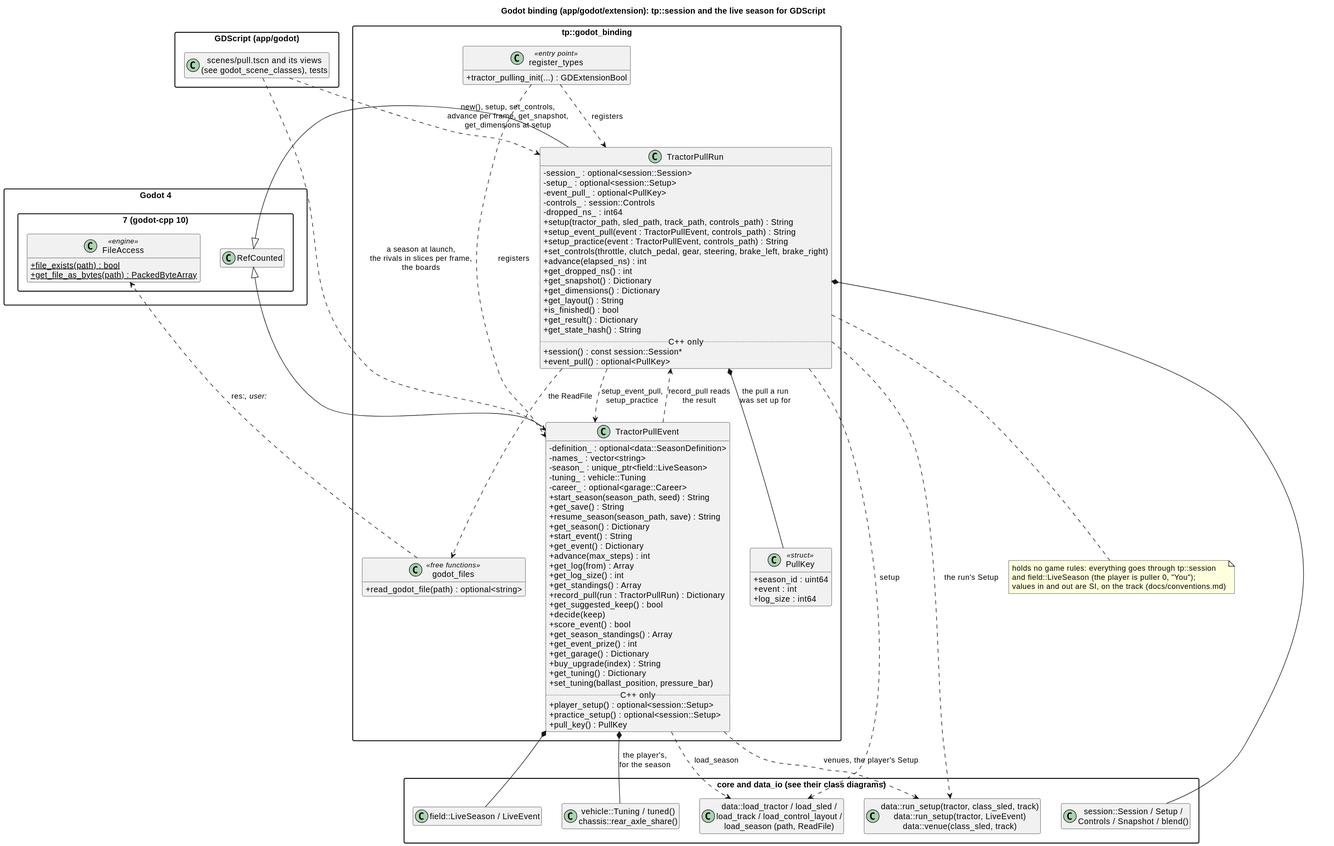
Above: docs/diagrams/svg/godot_classes.svg in wversteeg/TractorPulling (PlantUML), before the change.
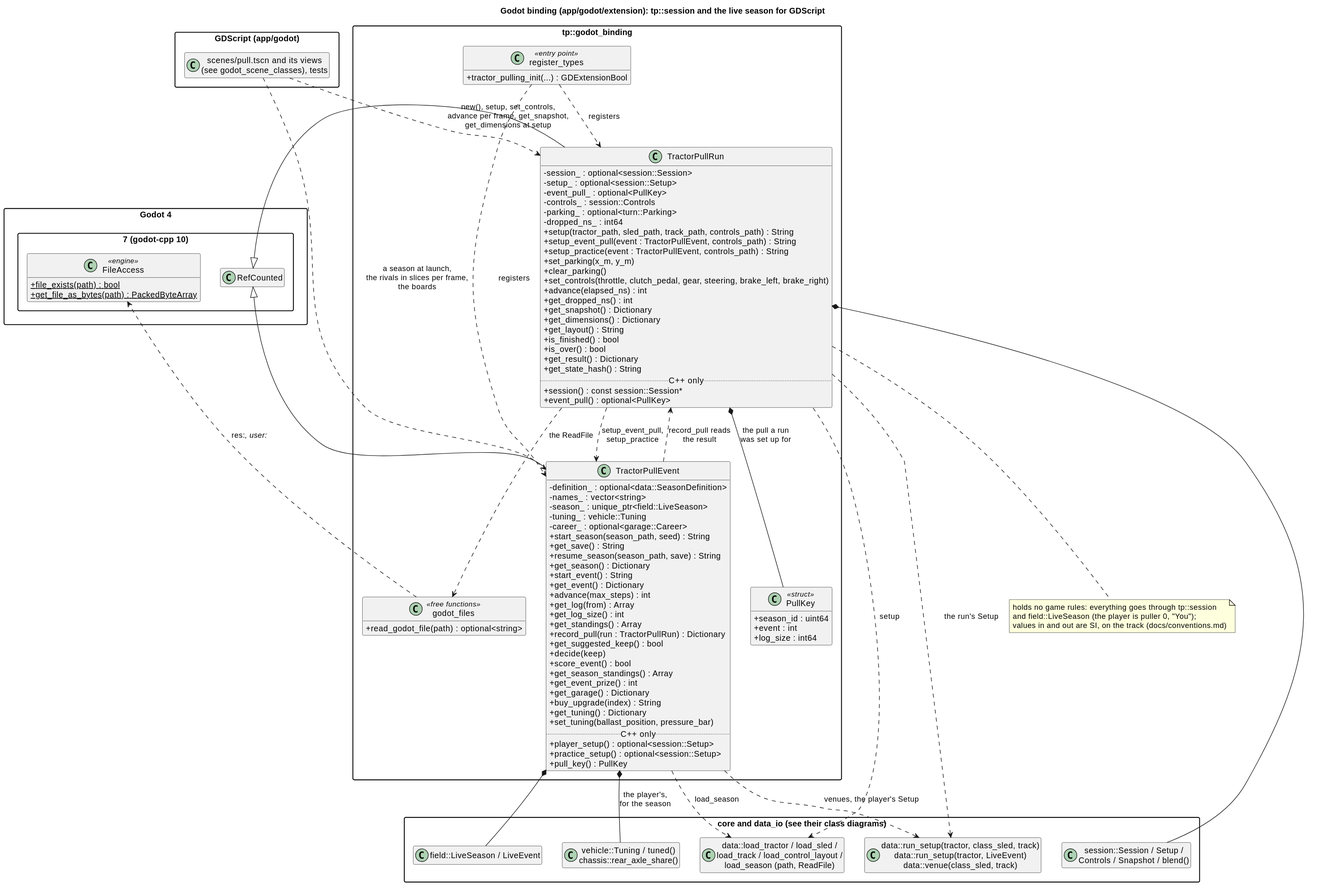
The same file after the commit.

Change to the diagram source:
```diff
@@ -18,10 +18,13 @@
     -setup_ : optional<session::Setup>
     -event_pull_ : optional<PullKey>
     -controls_ : session::Controls
+    -parking_ : optional<turn::Parking>
     -dropped_ns_ : int64
     +setup(tractor_path, sled_path, track_path, controls_path) : String
     +setup_event_pull(event : TractorPullEvent, controls_path) : String
     +setup_practice(event : TractorPullEvent, controls_path) : String
+    +set_parking(x_m, y_m)
+    +clear_parking()
     +set_controls(throttle, clutch_pedal, gear, steering, brake_left, brake_right)
     +advance(elapsed_ns) : int
     +get_dropped_ns() : int
@@ -29,6 +32,7 @@
     +get_dimensions() : Dictionary
     +get_layout() : String
     +is_finished() : bool
+    +is_over() : bool
     +get_result() : Dictionary
     +get_state_hash() : String
     ..C++ only..
```
